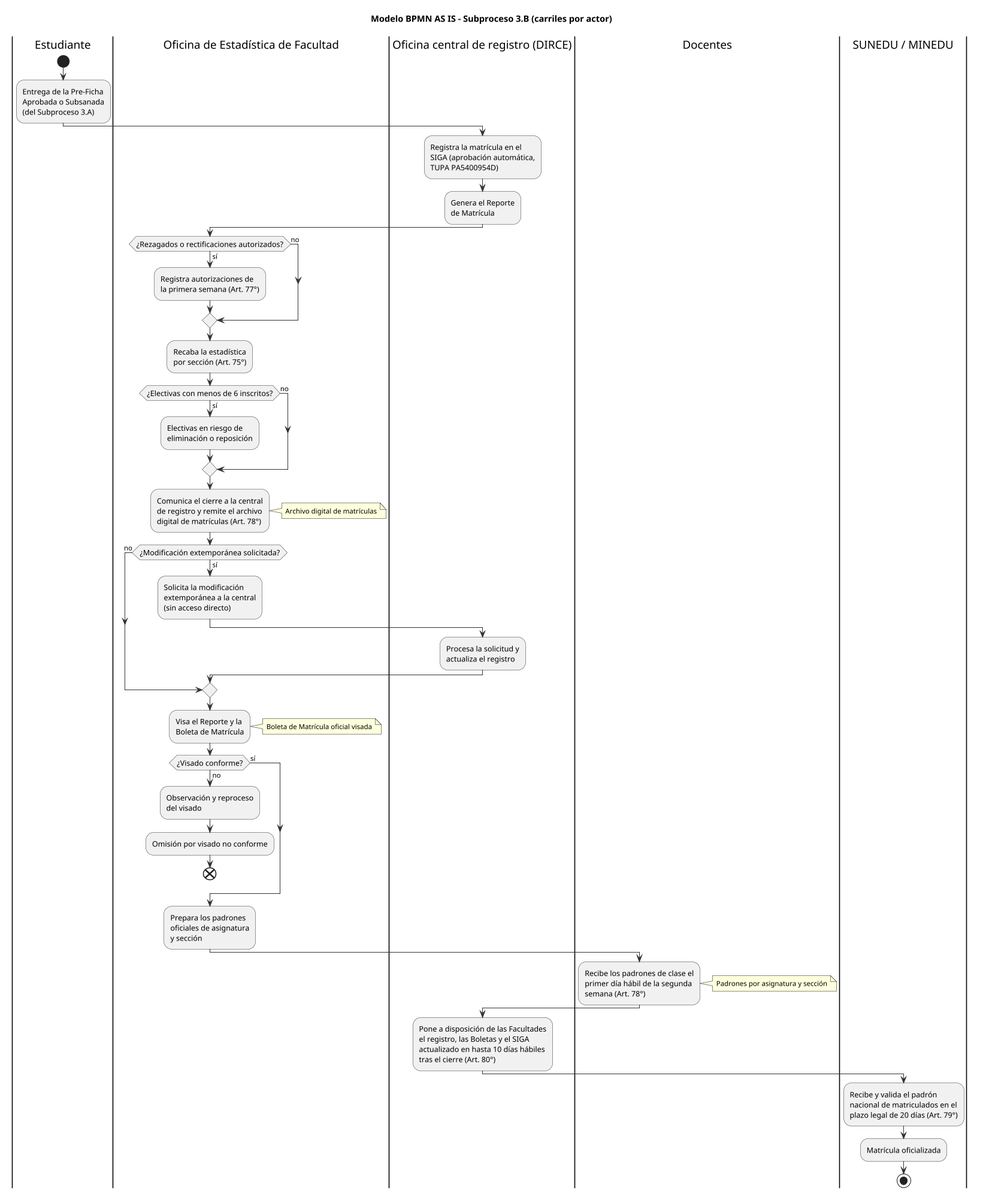
AldoLunaBueno/cc0f6_topicos_procesos_grupo keeps this PlantUML diagram as trabajo_grupal/images/asis_subproceso_3b_bpmn.png. Above is the earlier version.
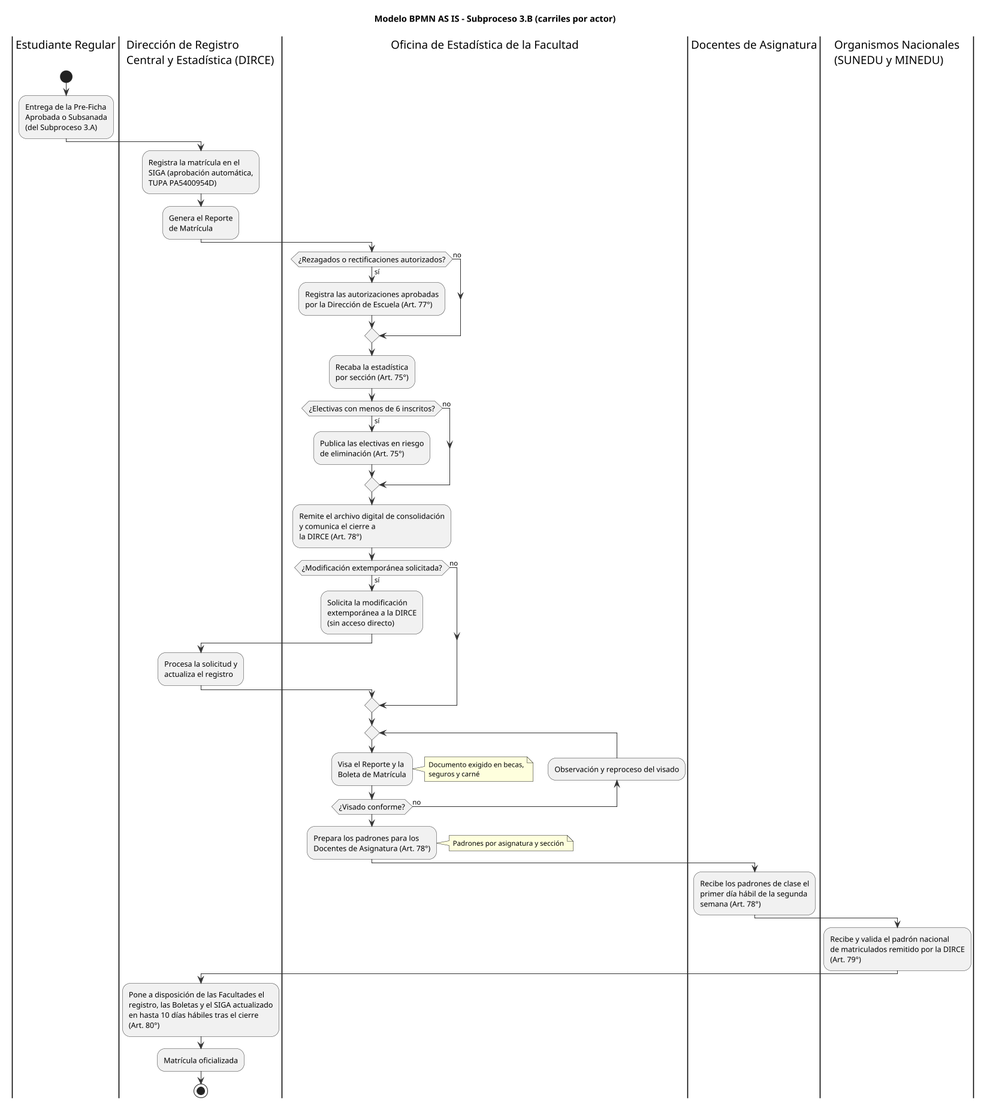
After the commit.

Commit message:
fix: revision profunda del modelo as is del subproceso 3B

Diff of the diagram source:
```diff
@@ -9,79 +9,70 @@
 skinparam ActivityFontSize 12
 skinparam NoteFontSize 11
 
-|Estudiante|
-|Oficina de Estadística de Facultad|
-|Oficina central de registro (DIRCE)|
-|Docentes|
-|SUNEDU / MINEDU|
-
-|Estudiante|
+|Estudiante Regular|
 start
 :Entrega de la Pre-Ficha
 Aprobada o Subsanada
 (del Subproceso 3.A);
 
-|Oficina central de registro (DIRCE)|
+|Dirección de Registro\nCentral y Estadística (DIRCE)|
 :Registra la matrícula en el
 SIGA (aprobación automática,
 TUPA PA5400954D);
 :Genera el Reporte
 de Matrícula;
 
-|Oficina de Estadística de Facultad|
+|Oficina de Estadística de la Facultad|
 if (¿Rezagados o rectificaciones autorizados?) then (sí)
-  :Registra autorizaciones de
-  la primera semana (Art. 77°);
+  :Registra las autorizaciones aprobadas
+  por la Dirección de Escuela (Art. 77°);
 else (no)
 endif
 :Recaba la estadística
 por sección (Art. 75°);
 if (¿Electivas con menos de 6 inscritos?) then (sí)
-  :Electivas en riesgo de
-  eliminación o reposición;
+  :Publica las electivas en riesgo
+  de eliminación (Art. 75°);
 else (no)
 endif
-:Comunica el cierre a la central
-de registro y remite el archivo
-digital de matrículas (Art. 78°);
-note right: Archivo digital de matrículas
+:Remite el archivo digital de consolidación
+y comunica el cierre a
+la DIRCE (Art. 78°);
 if (¿Modificación extemporánea solicitada?) then (sí)
   :Solicita la modificación
-  extemporánea a la central
+  extemporánea a la DIRCE
   (sin acceso directo);
-  |Oficina central de registro (DIRCE)|
+  |Dirección de Registro\nCentral y Estadística (DIRCE)|
   :Procesa la solicitud y
   actualiza el registro;
 else (no)
 endif
-|Oficina de Estadística de Facultad|
-:Visa el Reporte y la
-Boleta de Matrícula;
-note right: Boleta de Matrícula oficial visada
-if (¿Visado conforme?) then (sí)
-else (no)
-  :Observación y reproceso
-  del visado;
-  :Omisión por visado no conforme;
-  end
-endif
-:Prepara los padrones
-oficiales de asignatura
-y sección;
-|Docentes|
+|Oficina de Estadística de la Facultad|
+repeat
+  :Visa el Reporte y la
+  Boleta de Matrícula;
+  note right
+  Documento exigido en becas,
+  seguros y carné
+  end note
+backward:Observación y reproceso del visado;
+repeatwhile (¿Visado conforme?) is (no)
+:Prepara los padrones para los
+Docentes de Asignatura (Art. 78°);
+note right: Padrones por asignatura y sección
+|Docentes de Asignatura|
 :Recibe los padrones de clase el
 primer día hábil de la segunda
 semana (Art. 78°);
-note right: Padrones por asignatura y sección
-|Oficina central de registro (DIRCE)|
-:Pone a disposición de las Facultades
-el registro, las Boletas y el SIGA
-actualizado en hasta 10 días hábiles
-tras el cierre (Art. 80°);
-|SUNEDU / MINEDU|
-:Recibe y valida el padrón
-nacional de matriculados en el
-plazo legal de 20 días (Art. 79°);
+|Organismos Nacionales\n(SUNEDU y MINEDU)|
+:Recibe y valida el padrón nacional
+de matriculados remitido por la DIRCE
+(Art. 79°);
+|Dirección de Registro\nCentral y Estadística (DIRCE)|
+:Pone a disposición de las Facultades el
+registro, las Boletas y el SIGA actualizado
+en hasta 10 días hábiles tras el cierre
+(Art. 80°);
 :Matrícula oficializada;
 stop
 @enduml
```
